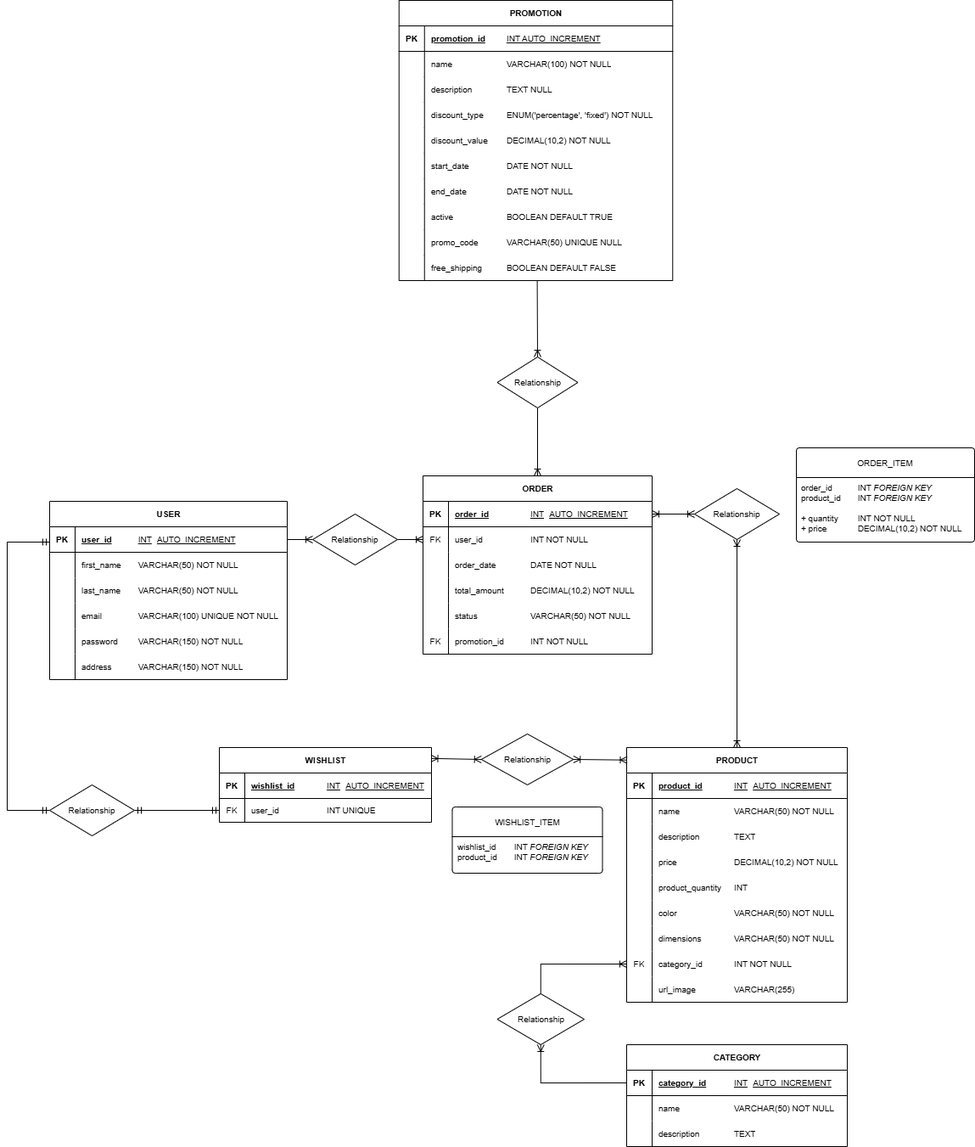
Above: ER_DIAGRAM/dualia_db.png in Michecosa/team-1 (draw.io), before the change. Source tidied: cells renumbered, new cells last; positions are measured from the earlier drawing's top-left corner, leaving out a move shared by most shapes.
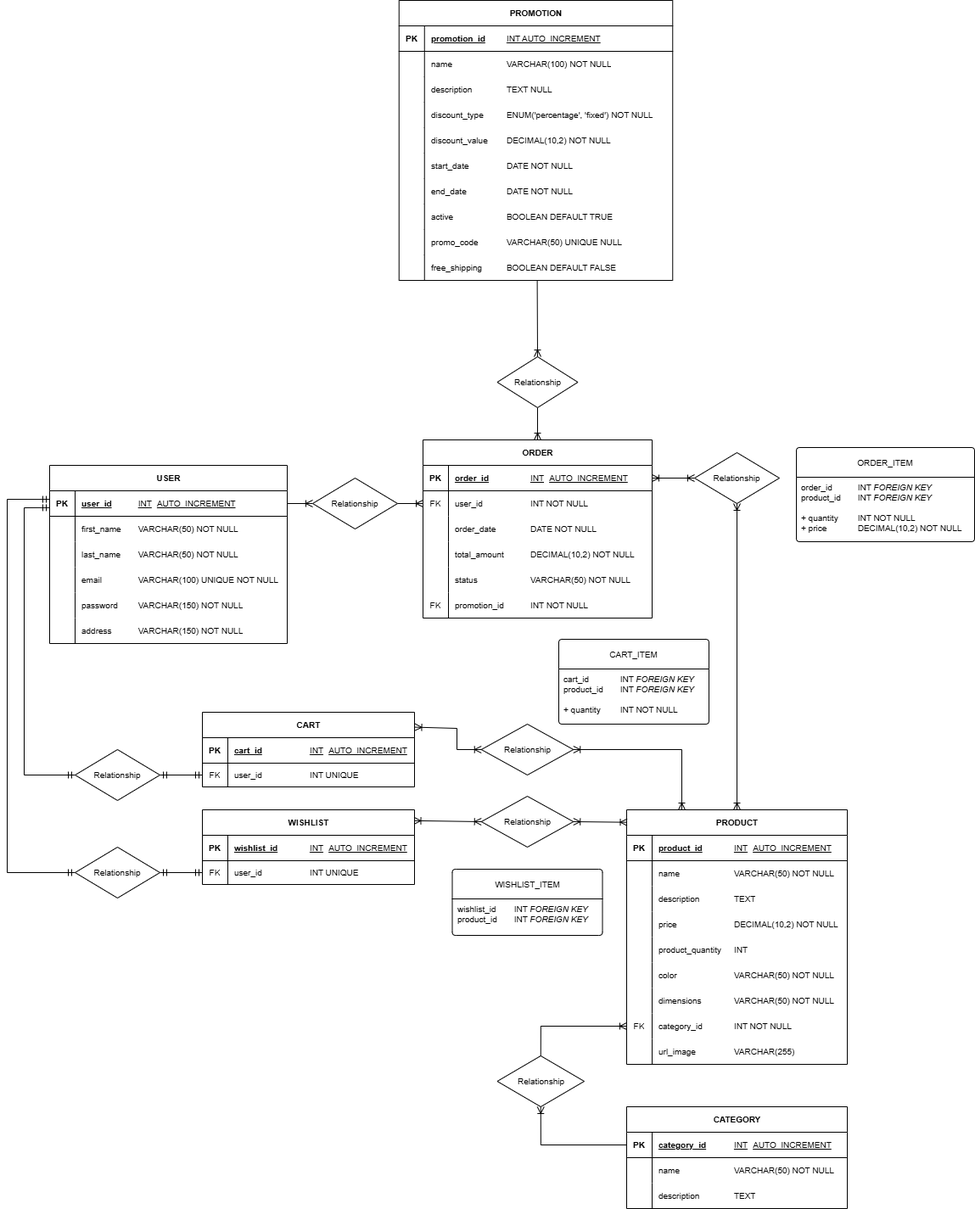
The same diagram one commit later.

Commit message:
Add Cart entity

Diff of the diagram source:
```diff
@@ -96,7 +96,7 @@
       <mxGeometry x="30" width="292.5" height="30" as="geometry" />
     </mxCell>
     <mxCell id="33" value="ORDER" style="shape=table;startSize=30;rowLines=0;fontStyle=1;align=center;html=1;fontSize=10;" parent="1" vertex="1">
-      <mxGeometry x="490" y="560" width="270" height="210" as="geometry" />
+      <mxGeometry x="490" y="518" width="270" height="210" as="geometry" />
     </mxCell>
     <mxCell id="34" style="shape=tableRow;horizontal=0;startSize=0;swimlaneHead=0;swimlaneBody=0;fillColor=none;points=[[0,0.5],[1,0.5]];portConstraint=eastwest;top=0;left=0;right=0;bottom=1;fontSize=10;" parent="33" vertex="1">
       <mxGeometry y="30" width="270" height="30" as="geometry" />
@@ -153,7 +153,7 @@
       <mxGeometry x="30" width="240" height="30" as="geometry" />
     </mxCell>
     <mxCell id="52" value="USER" style="shape=table;startSize=30;rowLines=0;fontStyle=1;align=center;html=1;fontSize=10;" parent="1" vertex="1">
-      <mxGeometry x="50" y="590" width="280" height="210" as="geometry" />
+      <mxGeometry x="50" y="548" width="280" height="210" as="geometry" />
     </mxCell>
     <mxCell id="53" style="shape=tableRow;horizontal=0;startSize=0;swimlaneHead=0;swimlaneBody=0;fillColor=none;points=[[0,0.5],[1,0.5]];portConstraint=eastwest;top=0;left=0;right=0;bottom=1;fontSize=10;" parent="52" vertex="1">
       <mxGeometry y="30" width="280" height="30" as="geometry" />
@@ -210,7 +210,7 @@
       <mxGeometry x="30" width="250" height="30" as="geometry" />
     </mxCell>
     <mxCell id="71" value="PRODUCT" style="shape=table;startSize=30;rowLines=0;fontStyle=1;align=center;html=1;fontSize=10;" parent="1" vertex="1">
-      <mxGeometry x="730" y="880" width="260" height="300" as="geometry" />
+      <mxGeometry x="730" y="954" width="260" height="300" as="geometry" />
     </mxCell>
     <mxCell id="72" style="shape=tableRow;horizontal=0;startSize=0;swimlaneHead=0;swimlaneBody=0;fillColor=none;top=0;left=0;right=0;bottom=1;fontSize=10;" parent="71" vertex="1">
       <mxGeometry y="30" width="260" height="30" as="geometry" />
@@ -294,7 +294,7 @@
       <mxGeometry x="30" width="230" height="30" as="geometry" />
     </mxCell>
     <mxCell id="99" value="CATEGORY" style="shape=table;startSize=30;rowLines=0;fontStyle=1;align=center;html=1;fontSize=10;" parent="1" vertex="1">
-      <mxGeometry x="730" y="1230" width="260" height="120" as="geometry" />
+      <mxGeometry x="730" y="1304" width="260" height="120" as="geometry" />
     </mxCell>
     <mxCell id="100" style="shape=tableRow;horizontal=0;startSize=0;swimlaneHead=0;swimlaneBody=0;fillColor=none;points=[[0,0.5],[1,0.5]];portConstraint=eastwest;top=0;left=0;right=0;bottom=1;fontSize=10;" parent="99" vertex="1">
       <mxGeometry y="30" width="260" height="30" as="geometry" />
@@ -339,13 +339,13 @@
       <mxGeometry relative="1" as="geometry" />
     </mxCell>
     <mxCell id="114" value="Relationship" style="shape=rhombus;perimeter=rhombusPerimeter;whiteSpace=wrap;html=1;align=center;fontSize=10;" parent="1" vertex="1">
-      <mxGeometry x="360" y="605" width="100" height="60" as="geometry" />
+      <mxGeometry x="360" y="563" width="100" height="60" as="geometry" />
     </mxCell>
     <mxCell id="115" style="fontSize=10;html=1;endArrow=ERoneToMany;rounded=0;entryX=0;entryY=0.5;entryDx=0;entryDy=0;exitX=1;exitY=0.5;exitDx=0;exitDy=0;startArrow=ERoneToMany;startFill=0;" parent="1" edge="1" source="34" target="116">
       <mxGeometry relative="1" as="geometry" />
     </mxCell>
     <mxCell id="116" value="Relationship" style="shape=rhombus;perimeter=rhombusPerimeter;whiteSpace=wrap;html=1;align=center;fontSize=10;" parent="1" vertex="1">
-      <mxGeometry x="810" y="575" width="100" height="60" as="geometry" />
+      <mxGeometry x="810" y="533" width="100" height="60" as="geometry" />
     </mxCell>
     <mxCell id="117" value="ORDER_ITEM" style="swimlane;horizontal=1;startSize=35;rounded=1;fontSize=10;fontStyle=0;strokeWidth=1;shadow=0;dashed=0;align=center;arcSize=4;whiteSpace=wrap;html=1;spacing=2;spacingLeft=0;" parent="1" vertex="1">
       <mxGeometry x="930" y="527" width="210" height="111" as="geometry" />
@@ -363,10 +363,10 @@
       <mxGeometry relative="1" as="geometry" />
     </mxCell>
     <mxCell id="122" value="Relationship" style="shape=rhombus;perimeter=rhombusPerimeter;whiteSpace=wrap;html=1;align=center;fontSize=10;" parent="1" vertex="1">
-      <mxGeometry x="577.5" y="1170" width="102.5" height="60" as="geometry" />
+      <mxGeometry x="577.5" y="1244" width="102.5" height="60" as="geometry" />
     </mxCell>
     <mxCell id="123" value="WISHLIST" style="shape=table;startSize=30;rowLines=0;fontStyle=1;align=center;html=1;fontSize=10;" parent="1" vertex="1">
-      <mxGeometry x="250" y="880" width="250" height="88" as="geometry" />
+      <mxGeometry x="230" y="954" width="250" height="88" as="geometry" />
     </mxCell>
     <mxCell id="124" style="shape=tableRow;horizontal=0;startSize=0;swimlaneHead=0;swimlaneBody=0;fillColor=none;top=0;left=0;right=0;bottom=1;fontSize=10;" parent="123" vertex="1">
       <mxGeometry y="30" width="250" height="30" as="geometry" />
@@ -389,16 +389,16 @@
     <mxCell id="130" style="fontSize=10;html=1;endArrow=ERmandOne;startArrow=ERmandOne;rounded=0;exitX=1;exitY=0.5;exitDx=0;exitDy=0;entryX=0;entryY=0.5;entryDx=0;entryDy=0;" parent="1" edge="1" source="132" target="127">
       <mxGeometry relative="1" as="geometry" />
     </mxCell>
-    <mxCell id="131" style="fontSize=10;html=1;endArrow=ERmandOne;startArrow=ERmandOne;rounded=0;exitX=0;exitY=0.6;exitDx=0;exitDy=0;entryX=0;entryY=0.5;entryDx=0;entryDy=0;exitPerimeter=0;" parent="1" edge="1" source="53" target="132">
+    <mxCell id="131" style="fontSize=10;html=1;endArrow=ERmandOne;startArrow=ERmandOne;rounded=0;exitX=0;exitY=0.336;exitDx=0;exitDy=0;entryX=0;entryY=0.5;entryDx=0;entryDy=0;exitPerimeter=0;" parent="1" edge="1" source="53" target="132">
       <mxGeometry relative="1" as="geometry">
         <Array as="points">
-          <mxPoint y="638" />
-          <mxPoint y="954" />
+          <mxPoint y="588" />
+          <mxPoint y="1028" />
         </Array>
       </mxGeometry>
     </mxCell>
     <mxCell id="132" value="Relationship" style="shape=rhombus;perimeter=rhombusPerimeter;whiteSpace=wrap;html=1;align=center;fontSize=10;" parent="1" vertex="1">
-      <mxGeometry x="50" y="924" width="100" height="60" as="geometry" />
+      <mxGeometry x="80" y="998" width="100" height="60" as="geometry" />
     </mxCell>
     <mxCell id="133" style="fontSize=10;html=1;endArrow=ERoneToMany;startArrow=ERoneToMany;rounded=0;exitX=1;exitY=0.5;exitDx=0;exitDy=0;entryX=0.002;entryY=0.049;entryDx=0;entryDy=0;entryPerimeter=0;startFill=0;endFill=0;" parent="1" edge="1" source="135" target="71">
       <mxGeometry relative="1" as="geometry" />
@@ -407,13 +407,72 @@
       <mxGeometry relative="1" as="geometry" />
     </mxCell>
     <mxCell id="135" value="Relationship" style="shape=rhombus;perimeter=rhombusPerimeter;whiteSpace=wrap;html=1;align=center;fontSize=10;" parent="1" vertex="1">
-      <mxGeometry x="558.8" y="864" width="108.5" height="60" as="geometry" />
+      <mxGeometry x="558.8" y="938" width="108.5" height="60" as="geometry" />
     </mxCell>
     <mxCell id="136" value="WISHLIST_ITEM" style="swimlane;horizontal=1;startSize=35;rounded=1;fontSize=10;fontStyle=0;strokeWidth=1;shadow=0;dashed=0;align=center;arcSize=4;whiteSpace=wrap;html=1;spacing=2;spacingLeft=0;" parent="1" vertex="1">
-      <mxGeometry x="524.5" y="950" width="177" height="78" as="geometry" />
+      <mxGeometry x="524.5" y="1024" width="177" height="78" as="geometry" />
     </mxCell>
     <mxCell id="137" value="wishlist_id&lt;span style=&quot;white-space: pre;&quot;&gt;&#9;&lt;/span&gt;INT &lt;i&gt;FOREIGN KEY&lt;/i&gt;&lt;div&gt;product_id&lt;span style=&quot;white-space: pre;&quot;&gt;&#9;&lt;/span&gt;&lt;span style=&quot;color: rgb(0, 0, 0); background-color: transparent;&quot;&gt;INT &lt;i&gt;FOREIGN KEY&lt;/i&gt;&lt;/span&gt;&lt;/div&gt;" style="align=left;strokeColor=none;fillColor=none;spacingLeft=4;fontSize=10;verticalAlign=top;html=1;" parent="136" vertex="1">
       <mxGeometry y="35" width="177" height="43" as="geometry" />
     </mxCell>
+    <mxCell id="138" value="CART" style="shape=table;startSize=30;rowLines=0;fontStyle=1;align=center;html=1;fontSize=10;" parent="1" vertex="1">
+      <mxGeometry x="230" y="839" width="250" height="88" as="geometry" />
+    </mxCell>
+    <mxCell id="139" style="shape=tableRow;horizontal=0;startSize=0;swimlaneHead=0;swimlaneBody=0;fillColor=none;top=0;left=0;right=0;bottom=1;fontSize=10;" parent="138" vertex="1">
+      <mxGeometry y="30" width="250" height="30" as="geometry" />
+    </mxCell>
+    <mxCell id="140" value="PK" style="shape=partialRectangle;fillColor=none;top=0;left=0;bottom=0;right=0;fontStyle=1;overflow=hidden;whiteSpace=wrap;html=1;fontSize=10;" parent="139" vertex="1">
+      <mxGeometry width="30" height="30" as="geometry" />
+    </mxCell>
+    <mxCell id="141" value="cart_id&lt;span style=&quot;white-space: pre;&quot;&gt;&#9;&lt;/span&gt;&lt;span style=&quot;white-space: pre;&quot;&gt;&#9;&lt;span style=&quot;white-space: pre;&quot;&gt;&#9;&lt;/span&gt;&lt;/span&gt;&lt;span style=&quot;font-weight: normal;&quot;&gt;INT&lt;span style=&quot;white-space: pre;&quot;&gt;&#9;&lt;/span&gt;AUTO_INCREMENT&lt;/span&gt;" style="shape=partialRectangle;fillColor=none;top=0;left=0;bottom=0;right=0;align=left;spacingLeft=6;fontStyle=5;overflow=hidden;whiteSpace=wrap;html=1;fontSize=10;" parent="139" vertex="1">
+      <mxGeometry x="30" width="220" height="30" as="geometry" />
+    </mxCell>
+    <mxCell id="142" style="shape=tableRow;horizontal=0;startSize=0;swimlaneHead=0;swimlaneBody=0;fillColor=none;points=[[0,0.5],[1,0.5]];portConstraint=eastwest;top=0;left=0;right=0;bottom=0;fontSize=10;" parent="138" vertex="1">
+      <mxGeometry y="60" width="250" height="28" as="geometry" />
+    </mxCell>
+    <mxCell id="143" value="FK" style="shape=partialRectangle;fillColor=none;top=0;left=0;bottom=0;right=0;overflow=hidden;whiteSpace=wrap;html=1;fontSize=10;" parent="142" vertex="1">
+      <mxGeometry width="30" height="28" as="geometry" />
+    </mxCell>
+    <mxCell id="144" value="user_id&lt;span style=&quot;white-space: pre;&quot;&gt;&#9;&lt;/span&gt;&lt;span style=&quot;white-space: pre;&quot;&gt;&#9;&lt;/span&gt;&lt;span style=&quot;white-space: pre;&quot;&gt;&#9;&lt;/span&gt;INT UNIQUE" style="shape=partialRectangle;fillColor=none;top=0;left=0;bottom=0;right=0;align=left;spacingLeft=6;overflow=hidden;whiteSpace=wrap;html=1;fontSize=10;" parent="142" vertex="1">
+      <mxGeometry x="30" width="220" height="28" as="geometry" />
+    </mxCell>
+    <mxCell id="145" style="fontSize=10;html=1;endArrow=ERoneToMany;startArrow=ERoneToMany;rounded=0;exitX=1;exitY=0.5;exitDx=0;exitDy=0;entryX=0.25;entryY=0;entryDx=0;entryDy=0;startFill=0;endFill=0;" parent="1" edge="1" source="147" target="71">
+      <mxGeometry relative="1" as="geometry">
+        <Array as="points">
+          <mxPoint x="795" y="883" />
+        </Array>
+      </mxGeometry>
+    </mxCell>
+    <mxCell id="146" style="fontSize=10;html=1;endArrow=ERoneToMany;startArrow=ERoneToMany;rounded=0;exitX=1.002;exitY=0.2;exitDx=0;exitDy=0;exitPerimeter=0;entryX=0;entryY=0.5;entryDx=0;entryDy=0;startFill=0;endFill=0;" parent="1" edge="1" source="138" target="147">
+      <mxGeometry relative="1" as="geometry">
+        <Array as="points">
+          <mxPoint x="530" y="858" />
+          <mxPoint x="530" y="883" />
+        </Array>
+      </mxGeometry>
+    </mxCell>
+    <mxCell id="147" value="Relationship" style="shape=rhombus;perimeter=rhombusPerimeter;whiteSpace=wrap;html=1;align=center;fontSize=10;" parent="1" vertex="1">
+      <mxGeometry x="558.8" y="853" width="108.5" height="60" as="geometry" />
+    </mxCell>
+    <mxCell id="148" style="fontSize=10;html=1;endArrow=ERmandOne;startArrow=ERmandOne;rounded=0;exitX=1;exitY=0.5;exitDx=0;exitDy=0;entryX=0;entryY=0.5;entryDx=0;entryDy=0;" parent="1" edge="1" source="150" target="142">
+      <mxGeometry relative="1" as="geometry" />
+    </mxCell>
+    <mxCell id="149" style="fontSize=10;html=1;endArrow=ERmandOne;startArrow=ERmandOne;rounded=0;entryX=0;entryY=0.5;entryDx=0;entryDy=0;exitX=0;exitY=0.662;exitDx=0;exitDy=0;exitPerimeter=0;" parent="1" edge="1" source="53" target="150">
+      <mxGeometry relative="1" as="geometry">
+        <Array as="points">
+          <mxPoint x="20" y="598" />
+          <mxPoint x="20" y="913" />
+        </Array>
+      </mxGeometry>
+    </mxCell>
+    <mxCell id="150" value="Relationship" style="shape=rhombus;perimeter=rhombusPerimeter;whiteSpace=wrap;html=1;align=center;fontSize=10;" parent="1" vertex="1">
+      <mxGeometry x="80" y="883" width="100" height="60" as="geometry" />
+    </mxCell>
+    <mxCell id="151" value="CART_ITEM" style="swimlane;horizontal=1;startSize=35;rounded=1;fontSize=10;fontStyle=0;strokeWidth=1;shadow=0;dashed=0;align=center;arcSize=4;whiteSpace=wrap;html=1;spacing=2;spacingLeft=0;" parent="1" vertex="1">
+      <mxGeometry x="650" y="753" width="177" height="100" as="geometry" />
+    </mxCell>
+    <mxCell id="152" value="cart_id&lt;span style=&quot;white-space: pre;&quot;&gt;&#9;&lt;span style=&quot;white-space: pre;&quot;&gt;&#9;&lt;/span&gt;&lt;/span&gt;INT &lt;i&gt;FOREIGN KEY&lt;/i&gt;&lt;div&gt;product_id&lt;span style=&quot;white-space: pre;&quot;&gt;&#9;&lt;/span&gt;&lt;span style=&quot;color: rgb(0, 0, 0); background-color: transparent;&quot;&gt;INT &lt;i&gt;FOREIGN KEY&lt;/i&gt;&lt;/span&gt;&lt;/div&gt;&lt;div&gt;&lt;span style=&quot;color: rgb(0, 0, 0); background-color: transparent;&quot;&gt;&lt;i&gt;&lt;br&gt;&lt;/i&gt;&lt;/span&gt;&lt;/div&gt;&lt;div&gt;&lt;span style=&quot;color: rgb(0, 0, 0); background-color: transparent;&quot;&gt;+ quantity &lt;span style=&quot;white-space: pre;&quot;&gt;&#9;&lt;/span&gt;INT NOT NULL&lt;/span&gt;&lt;/div&gt;" style="align=left;strokeColor=none;fillColor=none;spacingLeft=4;fontSize=10;verticalAlign=top;html=1;" parent="151" vertex="1">
+      <mxGeometry y="35" width="177" height="65" as="geometry" />
+    </mxCell>
   </root>
 </mxGraphModel>
```
